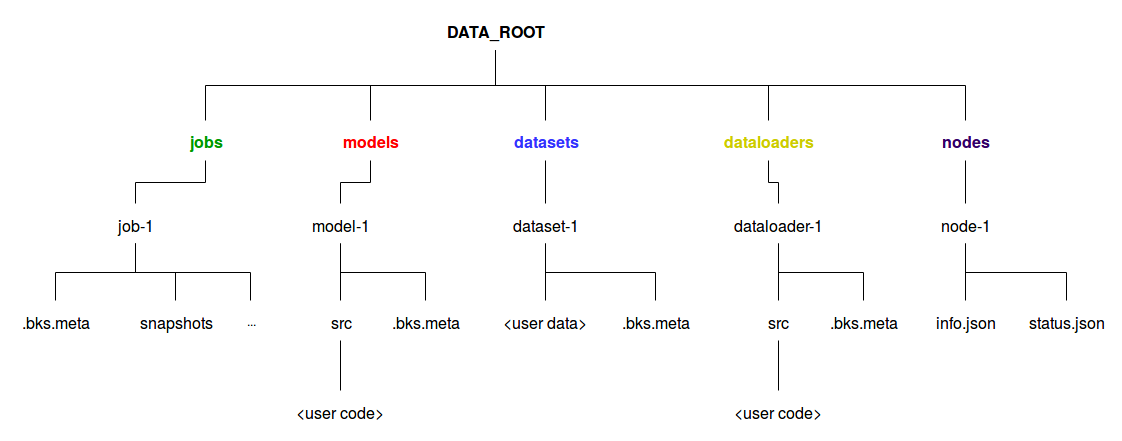
Earlier version of the draw.io export images/bksynapse_tree.png (lanPN85/thesis-report). Source tidied: cells renumbered, new cells last; positions are measured from the earlier drawing's top-left corner, leaving out a move shared by most shapes. Its diagram source:
```xml
<mxGraphModel>
  <root>
    <mxCell id="0" />
    <mxCell id="1" parent="0" />
    <mxCell id="2" style="edgeStyle=orthogonalEdgeStyle;rounded=0;jettySize=auto;html=1;exitX=0.5;exitY=1;exitDx=0;exitDy=0;endArrow=none;endFill=0;" parent="1" edge="1" source="7" target="9">
      <mxGeometry relative="1" as="geometry" />
    </mxCell>
    <mxCell id="3" style="edgeStyle=orthogonalEdgeStyle;rounded=0;jettySize=auto;html=1;exitX=0.5;exitY=1;exitDx=0;exitDy=0;endArrow=none;endFill=0;" parent="1" edge="1" source="7" target="11">
      <mxGeometry relative="1" as="geometry" />
    </mxCell>
    <mxCell id="4" style="edgeStyle=orthogonalEdgeStyle;rounded=0;jettySize=auto;html=1;exitX=0.5;exitY=1;exitDx=0;exitDy=0;endArrow=none;endFill=0;" parent="1" edge="1" source="7" target="13">
      <mxGeometry relative="1" as="geometry" />
    </mxCell>
    <mxCell id="5" style="edgeStyle=orthogonalEdgeStyle;rounded=0;jettySize=auto;html=1;exitX=0.5;exitY=1;exitDx=0;exitDy=0;endArrow=none;endFill=0;" parent="1" edge="1" source="7" target="15">
      <mxGeometry relative="1" as="geometry" />
    </mxCell>
    <mxCell id="6" style="edgeStyle=orthogonalEdgeStyle;rounded=0;jettySize=auto;html=1;exitX=0.5;exitY=1;exitDx=0;exitDy=0;entryX=0.5;entryY=0;entryDx=0;entryDy=0;endArrow=none;endFill=0;" parent="1" edge="1" source="7" target="43">
      <mxGeometry relative="1" as="geometry" />
    </mxCell>
    <mxCell id="7" value="&lt;b&gt;&lt;font style=&quot;font-size: 16px&quot;&gt;DATA_ROOT&lt;/font&gt;&lt;/b&gt;" style="text;html=1;strokeColor=none;fillColor=none;align=center;verticalAlign=middle;whiteSpace=wrap;rounded=0;" parent="1" vertex="1">
      <mxGeometry x="420" width="130" height="40" as="geometry" />
    </mxCell>
    <mxCell id="8" style="edgeStyle=orthogonalEdgeStyle;rounded=0;jettySize=auto;html=1;exitX=0.5;exitY=1;exitDx=0;exitDy=0;entryX=0.5;entryY=0;entryDx=0;entryDy=0;endArrow=none;endFill=0;" parent="1" edge="1" source="9" target="19">
      <mxGeometry relative="1" as="geometry" />
    </mxCell>
    <mxCell id="9" value="&lt;font color=&quot;#009900&quot;&gt;&lt;b&gt;&lt;font style=&quot;font-size: 16px&quot;&gt;jobs&lt;/font&gt;&lt;/b&gt;&lt;/font&gt;" style="text;html=1;strokeColor=none;fillColor=none;align=center;verticalAlign=middle;whiteSpace=wrap;rounded=0;" parent="1" vertex="1">
      <mxGeometry x="150" y="110" width="90" height="40" as="geometry" />
    </mxCell>
    <mxCell id="10" style="edgeStyle=orthogonalEdgeStyle;rounded=0;jettySize=auto;html=1;exitX=0.5;exitY=1;exitDx=0;exitDy=0;entryX=0.5;entryY=0;entryDx=0;entryDy=0;endArrow=none;endFill=0;" parent="1" edge="1" source="11" target="25">
      <mxGeometry relative="1" as="geometry" />
    </mxCell>
    <mxCell id="11" value="&lt;font color=&quot;#FF0000&quot;&gt;&lt;b&gt;&lt;font style=&quot;font-size: 16px&quot;&gt;models&lt;/font&gt;&lt;/b&gt;&lt;/font&gt;" style="text;html=1;strokeColor=none;fillColor=none;align=center;verticalAlign=middle;whiteSpace=wrap;rounded=0;" parent="1" vertex="1">
      <mxGeometry x="315" y="110" width="90" height="40" as="geometry" />
    </mxCell>
    <mxCell id="12" style="edgeStyle=orthogonalEdgeStyle;rounded=0;jettySize=auto;html=1;exitX=0.5;exitY=1;exitDx=0;exitDy=0;entryX=0.5;entryY=0;entryDx=0;entryDy=0;endArrow=none;endFill=0;" parent="1" edge="1" source="13" target="32">
      <mxGeometry relative="1" as="geometry" />
    </mxCell>
    <mxCell id="13" value="&lt;font color=&quot;#3333FF&quot;&gt;&lt;b&gt;&lt;font style=&quot;font-size: 16px&quot;&gt;datasets&lt;/font&gt;&lt;/b&gt;&lt;/font&gt;" style="text;html=1;strokeColor=none;fillColor=none;align=center;verticalAlign=middle;whiteSpace=wrap;rounded=0;" parent="1" vertex="1">
      <mxGeometry x="490" y="110" width="90" height="40" as="geometry" />
    </mxCell>
    <mxCell id="14" style="edgeStyle=orthogonalEdgeStyle;rounded=0;jettySize=auto;html=1;exitX=0.5;exitY=1;exitDx=0;exitDy=0;entryX=0.5;entryY=0;entryDx=0;entryDy=0;endArrow=none;endFill=0;" parent="1" edge="1" source="15" target="41">
      <mxGeometry relative="1" as="geometry" />
    </mxCell>
    <mxCell id="15" value="&lt;font color=&quot;#CCCC00&quot;&gt;&lt;b&gt;&lt;font style=&quot;font-size: 16px&quot;&gt;dataloaders&lt;/font&gt;&lt;/b&gt;&lt;/font&gt;" style="text;html=1;strokeColor=none;fillColor=none;align=center;verticalAlign=middle;whiteSpace=wrap;rounded=0;" parent="1" vertex="1">
      <mxGeometry x="692.5" y="110" width="130" height="40" as="geometry" />
    </mxCell>
    <mxCell id="16" style="edgeStyle=orthogonalEdgeStyle;rounded=0;jettySize=auto;html=1;exitX=0.5;exitY=1;exitDx=0;exitDy=0;endArrow=none;endFill=0;" parent="1" edge="1" source="19" target="20">
      <mxGeometry relative="1" as="geometry" />
    </mxCell>
    <mxCell id="17" style="edgeStyle=orthogonalEdgeStyle;rounded=0;jettySize=auto;html=1;exitX=0.5;exitY=1;exitDx=0;exitDy=0;entryX=0.5;entryY=0;entryDx=0;entryDy=0;endArrow=none;endFill=0;" parent="1" edge="1" source="19" target="21">
      <mxGeometry relative="1" as="geometry" />
    </mxCell>
    <mxCell id="18" style="edgeStyle=orthogonalEdgeStyle;rounded=0;jettySize=auto;html=1;exitX=0.5;exitY=1;exitDx=0;exitDy=0;endArrow=none;endFill=0;" parent="1" edge="1" source="19" target="22">
      <mxGeometry relative="1" as="geometry" />
    </mxCell>
    <mxCell id="19" value="&lt;font style=&quot;font-size: 16px&quot;&gt;job-1&lt;/font&gt;" style="text;html=1;strokeColor=none;fillColor=none;align=center;verticalAlign=middle;whiteSpace=wrap;rounded=0;" parent="1" vertex="1">
      <mxGeometry x="80" y="193" width="90" height="40" as="geometry" />
    </mxCell>
    <mxCell id="20" value="&lt;font style=&quot;font-size: 16px&quot;&gt;.bks.meta&lt;/font&gt;" style="text;html=1;strokeColor=none;fillColor=none;align=center;verticalAlign=middle;whiteSpace=wrap;rounded=0;" parent="1" vertex="1">
      <mxGeometry y="290" width="90" height="40" as="geometry" />
    </mxCell>
    <mxCell id="21" value="&lt;font style=&quot;font-size: 16px&quot;&gt;snapshots&lt;/font&gt;" style="text;html=1;strokeColor=none;fillColor=none;align=center;verticalAlign=middle;whiteSpace=wrap;rounded=0;" parent="1" vertex="1">
      <mxGeometry x="120" y="290" width="90" height="40" as="geometry" />
    </mxCell>
    <mxCell id="22" value="..." style="text;html=1;strokeColor=none;fillColor=none;align=center;verticalAlign=middle;whiteSpace=wrap;rounded=0;" parent="1" vertex="1">
      <mxGeometry x="220" y="290" width="40" height="40" as="geometry" />
    </mxCell>
    <mxCell id="23" style="edgeStyle=orthogonalEdgeStyle;rounded=0;jettySize=auto;html=1;exitX=0.5;exitY=1;exitDx=0;exitDy=0;endArrow=none;endFill=0;" parent="1" edge="1" source="25" target="27">
      <mxGeometry relative="1" as="geometry" />
    </mxCell>
    <mxCell id="24" style="edgeStyle=orthogonalEdgeStyle;rounded=0;jettySize=auto;html=1;exitX=0.5;exitY=1;exitDx=0;exitDy=0;endArrow=none;endFill=0;" parent="1" edge="1" source="25" target="29">
      <mxGeometry relative="1" as="geometry" />
    </mxCell>
    <mxCell id="25" value="&lt;font style=&quot;font-size: 16px&quot;&gt;model-1&lt;/font&gt;" style="text;html=1;strokeColor=none;fillColor=none;align=center;verticalAlign=middle;whiteSpace=wrap;rounded=0;" parent="1" vertex="1">
      <mxGeometry x="285" y="193" width="90" height="40" as="geometry" />
    </mxCell>
    <mxCell id="26" style="edgeStyle=orthogonalEdgeStyle;rounded=0;jettySize=auto;html=1;exitX=0.5;exitY=1;exitDx=0;exitDy=0;entryX=0.5;entryY=0;entryDx=0;entryDy=0;endArrow=none;endFill=0;" parent="1" edge="1" source="27" target="28">
      <mxGeometry relative="1" as="geometry" />
    </mxCell>
    <mxCell id="27" value="&lt;font style=&quot;font-size: 16px&quot;&gt;src&lt;/font&gt;" style="text;html=1;strokeColor=none;fillColor=none;align=center;verticalAlign=middle;whiteSpace=wrap;rounded=0;" parent="1" vertex="1">
      <mxGeometry x="295" y="290" width="70" height="40" as="geometry" />
    </mxCell>
    <mxCell id="28" value="&lt;font style=&quot;font-size: 16px&quot;&gt;&amp;lt;user code&amp;gt;&lt;br&gt;&lt;/font&gt;" style="text;html=1;strokeColor=none;fillColor=none;align=center;verticalAlign=middle;whiteSpace=wrap;rounded=0;" parent="1" vertex="1">
      <mxGeometry x="280" y="380" width="100" height="40" as="geometry" />
    </mxCell>
    <mxCell id="29" value="&lt;font style=&quot;font-size: 16px&quot;&gt;.bks.meta&lt;/font&gt;" style="text;html=1;strokeColor=none;fillColor=none;align=center;verticalAlign=middle;whiteSpace=wrap;rounded=0;" parent="1" vertex="1">
      <mxGeometry x="380" y="290" width="70" height="40" as="geometry" />
    </mxCell>
    <mxCell id="30" style="edgeStyle=orthogonalEdgeStyle;rounded=0;jettySize=auto;html=1;exitX=0.5;exitY=1;exitDx=0;exitDy=0;entryX=0.5;entryY=0;entryDx=0;entryDy=0;endArrow=none;endFill=0;" parent="1" edge="1" source="32" target="34">
      <mxGeometry relative="1" as="geometry" />
    </mxCell>
    <mxCell id="31" style="edgeStyle=orthogonalEdgeStyle;rounded=0;jettySize=auto;html=1;exitX=0.5;exitY=1;exitDx=0;exitDy=0;endArrow=none;endFill=0;" parent="1" edge="1" source="32" target="33">
      <mxGeometry relative="1" as="geometry" />
    </mxCell>
    <mxCell id="32" value="&lt;font style=&quot;font-size: 16px&quot;&gt;dataset-1&lt;/font&gt;" style="text;html=1;strokeColor=none;fillColor=none;align=center;verticalAlign=middle;whiteSpace=wrap;rounded=0;" parent="1" vertex="1">
      <mxGeometry x="490" y="193" width="90" height="40" as="geometry" />
    </mxCell>
    <mxCell id="33" value="&lt;font style=&quot;font-size: 16px&quot;&gt;.bks.meta&lt;/font&gt;" style="text;html=1;strokeColor=none;fillColor=none;align=center;verticalAlign=middle;whiteSpace=wrap;rounded=0;" parent="1" vertex="1">
      <mxGeometry x="610" y="290" width="70" height="40" as="geometry" />
    </mxCell>
    <mxCell id="34" value="&lt;font style=&quot;font-size: 16px&quot;&gt;&amp;lt;user data&amp;gt;&lt;br&gt;&lt;/font&gt;" style="text;html=1;strokeColor=none;fillColor=none;align=center;verticalAlign=middle;whiteSpace=wrap;rounded=0;" parent="1" vertex="1">
      <mxGeometry x="485" y="290" width="100" height="40" as="geometry" />
    </mxCell>
    <mxCell id="35" style="edgeStyle=orthogonalEdgeStyle;rounded=0;jettySize=auto;html=1;exitX=0.5;exitY=1;exitDx=0;exitDy=0;entryX=0.5;entryY=0;entryDx=0;entryDy=0;endArrow=none;endFill=0;" parent="1" edge="1" source="36" target="37">
      <mxGeometry relative="1" as="geometry" />
    </mxCell>
    <mxCell id="36" value="&lt;font style=&quot;font-size: 16px&quot;&gt;src&lt;/font&gt;" style="text;html=1;strokeColor=none;fillColor=none;align=center;verticalAlign=middle;whiteSpace=wrap;rounded=0;" parent="1" vertex="1">
      <mxGeometry x="732.5" y="290" width="70" height="40" as="geometry" />
    </mxCell>
    <mxCell id="37" value="&lt;font style=&quot;font-size: 16px&quot;&gt;&amp;lt;user code&amp;gt;&lt;br&gt;&lt;/font&gt;" style="text;html=1;strokeColor=none;fillColor=none;align=center;verticalAlign=middle;whiteSpace=wrap;rounded=0;" parent="1" vertex="1">
      <mxGeometry x="717.5" y="380" width="100" height="40" as="geometry" />
    </mxCell>
    <mxCell id="38" value="&lt;font style=&quot;font-size: 16px&quot;&gt;.bks.meta&lt;/font&gt;" style="text;html=1;strokeColor=none;fillColor=none;align=center;verticalAlign=middle;whiteSpace=wrap;rounded=0;" parent="1" vertex="1">
      <mxGeometry x="817.5" y="290" width="70" height="40" as="geometry" />
    </mxCell>
    <mxCell id="39" style="edgeStyle=orthogonalEdgeStyle;rounded=0;jettySize=auto;html=1;exitX=0.5;exitY=1;exitDx=0;exitDy=0;entryX=0.5;entryY=0;entryDx=0;entryDy=0;endArrow=none;endFill=0;" parent="1" edge="1" source="41" target="36">
      <mxGeometry relative="1" as="geometry" />
    </mxCell>
    <mxCell id="40" style="edgeStyle=orthogonalEdgeStyle;rounded=0;jettySize=auto;html=1;exitX=0.5;exitY=1;exitDx=0;exitDy=0;endArrow=none;endFill=0;" parent="1" edge="1" source="41" target="38">
      <mxGeometry relative="1" as="geometry" />
    </mxCell>
    <mxCell id="41" value="&lt;font style=&quot;font-size: 16px&quot;&gt;dataloader-1&lt;/font&gt;" style="text;html=1;strokeColor=none;fillColor=none;align=center;verticalAlign=middle;whiteSpace=wrap;rounded=0;" parent="1" vertex="1">
      <mxGeometry x="702.5" y="193" width="130" height="40" as="geometry" />
    </mxCell>
    <mxCell id="42" style="edgeStyle=orthogonalEdgeStyle;rounded=0;jettySize=auto;html=1;exitX=0.5;exitY=1;exitDx=0;exitDy=0;entryX=0.5;entryY=0;entryDx=0;entryDy=0;endArrow=none;endFill=0;" parent="1" edge="1" source="43" target="46">
      <mxGeometry relative="1" as="geometry" />
    </mxCell>
    <mxCell id="43" value="&lt;font color=&quot;#330066&quot;&gt;&lt;b&gt;&lt;font style=&quot;font-size: 16px&quot;&gt;nodes&lt;/font&gt;&lt;/b&gt;&lt;/font&gt;" style="text;html=1;strokeColor=none;fillColor=none;align=center;verticalAlign=middle;whiteSpace=wrap;rounded=0;" parent="1" vertex="1">
      <mxGeometry x="890" y="110" width="130" height="40" as="geometry" />
    </mxCell>
    <mxCell id="44" style="edgeStyle=orthogonalEdgeStyle;rounded=0;jettySize=auto;html=1;exitX=0.5;exitY=1;exitDx=0;exitDy=0;entryX=0.5;entryY=0;entryDx=0;entryDy=0;endArrow=none;endFill=0;" parent="1" edge="1" source="46" target="47">
      <mxGeometry relative="1" as="geometry" />
    </mxCell>
    <mxCell id="45" style="edgeStyle=orthogonalEdgeStyle;rounded=0;jettySize=auto;html=1;exitX=0.5;exitY=1;exitDx=0;exitDy=0;entryX=0.5;entryY=0;entryDx=0;entryDy=0;endArrow=none;endFill=0;" parent="1" edge="1" source="46" target="48">
      <mxGeometry relative="1" as="geometry" />
    </mxCell>
    <mxCell id="46" value="&lt;font style=&quot;font-size: 16px&quot;&gt;node-1&lt;/font&gt;" style="text;html=1;strokeColor=none;fillColor=none;align=center;verticalAlign=middle;whiteSpace=wrap;rounded=0;" parent="1" vertex="1">
      <mxGeometry x="915" y="193" width="80" height="40" as="geometry" />
    </mxCell>
    <mxCell id="47" value="&lt;font style=&quot;font-size: 16px&quot;&gt;info.json&lt;/font&gt;" style="text;html=1;strokeColor=none;fillColor=none;align=center;verticalAlign=middle;whiteSpace=wrap;rounded=0;" parent="1" vertex="1">
      <mxGeometry x="919.5" y="290" width="70" height="40" as="geometry" />
    </mxCell>
    <mxCell id="48" value="&lt;font style=&quot;font-size: 16px&quot;&gt;status.json&lt;/font&gt;" style="text;html=1;strokeColor=none;fillColor=none;align=center;verticalAlign=middle;whiteSpace=wrap;rounded=0;" parent="1" vertex="1">
      <mxGeometry x="1010" y="290" width="91" height="40" as="geometry" />
    </mxCell>
  </root>
</mxGraphModel>
```
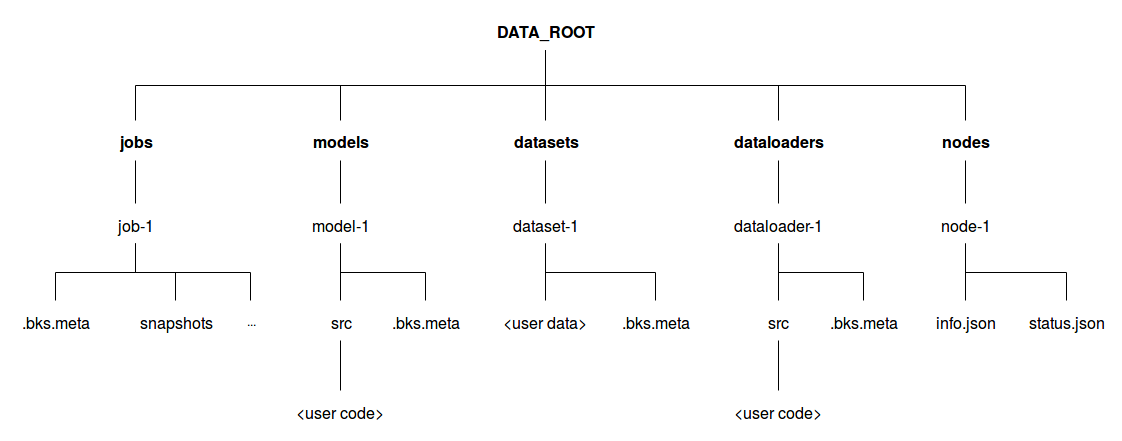
After the commit.

What changed in the source:
```diff
@@ -18,31 +18,31 @@
       <mxGeometry relative="1" as="geometry" />
     </mxCell>
     <mxCell id="7" value="&lt;b&gt;&lt;font style=&quot;font-size: 16px&quot;&gt;DATA_ROOT&lt;/font&gt;&lt;/b&gt;" style="text;html=1;strokeColor=none;fillColor=none;align=center;verticalAlign=middle;whiteSpace=wrap;rounded=0;" parent="1" vertex="1">
-      <mxGeometry x="420" width="130" height="40" as="geometry" />
+      <mxGeometry x="470" width="130" height="40" as="geometry" />
     </mxCell>
     <mxCell id="8" style="edgeStyle=orthogonalEdgeStyle;rounded=0;jettySize=auto;html=1;exitX=0.5;exitY=1;exitDx=0;exitDy=0;entryX=0.5;entryY=0;entryDx=0;entryDy=0;endArrow=none;endFill=0;" parent="1" edge="1" source="9" target="19">
       <mxGeometry relative="1" as="geometry" />
     </mxCell>
-    <mxCell id="9" value="&lt;font color=&quot;#009900&quot;&gt;&lt;b&gt;&lt;font style=&quot;font-size: 16px&quot;&gt;jobs&lt;/font&gt;&lt;/b&gt;&lt;/font&gt;" style="text;html=1;strokeColor=none;fillColor=none;align=center;verticalAlign=middle;whiteSpace=wrap;rounded=0;" parent="1" vertex="1">
-      <mxGeometry x="150" y="110" width="90" height="40" as="geometry" />
+    <mxCell id="9" value="&lt;b&gt;&lt;font style=&quot;font-size: 16px&quot;&gt;jobs&lt;/font&gt;&lt;/b&gt;" style="text;html=1;strokeColor=none;fillColor=none;align=center;verticalAlign=middle;whiteSpace=wrap;rounded=0;" parent="1" vertex="1">
+      <mxGeometry x="80" y="110" width="90" height="40" as="geometry" />
     </mxCell>
     <mxCell id="10" style="edgeStyle=orthogonalEdgeStyle;rounded=0;jettySize=auto;html=1;exitX=0.5;exitY=1;exitDx=0;exitDy=0;entryX=0.5;entryY=0;entryDx=0;entryDy=0;endArrow=none;endFill=0;" parent="1" edge="1" source="11" target="25">
       <mxGeometry relative="1" as="geometry" />
     </mxCell>
-    <mxCell id="11" value="&lt;font color=&quot;#FF0000&quot;&gt;&lt;b&gt;&lt;font style=&quot;font-size: 16px&quot;&gt;models&lt;/font&gt;&lt;/b&gt;&lt;/font&gt;" style="text;html=1;strokeColor=none;fillColor=none;align=center;verticalAlign=middle;whiteSpace=wrap;rounded=0;" parent="1" vertex="1">
-      <mxGeometry x="315" y="110" width="90" height="40" as="geometry" />
+    <mxCell id="11" value="&lt;b&gt;&lt;font style=&quot;font-size: 16px&quot;&gt;models&lt;/font&gt;&lt;/b&gt;" style="text;html=1;strokeColor=none;fillColor=none;align=center;verticalAlign=middle;whiteSpace=wrap;rounded=0;" parent="1" vertex="1">
+      <mxGeometry x="285" y="110" width="90" height="40" as="geometry" />
     </mxCell>
     <mxCell id="12" style="edgeStyle=orthogonalEdgeStyle;rounded=0;jettySize=auto;html=1;exitX=0.5;exitY=1;exitDx=0;exitDy=0;entryX=0.5;entryY=0;entryDx=0;entryDy=0;endArrow=none;endFill=0;" parent="1" edge="1" source="13" target="32">
       <mxGeometry relative="1" as="geometry" />
     </mxCell>
-    <mxCell id="13" value="&lt;font color=&quot;#3333FF&quot;&gt;&lt;b&gt;&lt;font style=&quot;font-size: 16px&quot;&gt;datasets&lt;/font&gt;&lt;/b&gt;&lt;/font&gt;" style="text;html=1;strokeColor=none;fillColor=none;align=center;verticalAlign=middle;whiteSpace=wrap;rounded=0;" parent="1" vertex="1">
+    <mxCell id="13" value="&lt;b&gt;&lt;font style=&quot;font-size: 16px&quot;&gt;datasets&lt;/font&gt;&lt;/b&gt;" style="text;html=1;strokeColor=none;fillColor=none;align=center;verticalAlign=middle;whiteSpace=wrap;rounded=0;" parent="1" vertex="1">
       <mxGeometry x="490" y="110" width="90" height="40" as="geometry" />
     </mxCell>
     <mxCell id="14" style="edgeStyle=orthogonalEdgeStyle;rounded=0;jettySize=auto;html=1;exitX=0.5;exitY=1;exitDx=0;exitDy=0;entryX=0.5;entryY=0;entryDx=0;entryDy=0;endArrow=none;endFill=0;" parent="1" edge="1" source="15" target="41">
       <mxGeometry relative="1" as="geometry" />
     </mxCell>
-    <mxCell id="15" value="&lt;font color=&quot;#CCCC00&quot;&gt;&lt;b&gt;&lt;font style=&quot;font-size: 16px&quot;&gt;dataloaders&lt;/font&gt;&lt;/b&gt;&lt;/font&gt;" style="text;html=1;strokeColor=none;fillColor=none;align=center;verticalAlign=middle;whiteSpace=wrap;rounded=0;" parent="1" vertex="1">
-      <mxGeometry x="692.5" y="110" width="130" height="40" as="geometry" />
+    <mxCell id="15" value="&lt;b&gt;&lt;font style=&quot;font-size: 16px&quot;&gt;dataloaders&lt;/font&gt;&lt;/b&gt;" style="text;html=1;strokeColor=none;fillColor=none;align=center;verticalAlign=middle;whiteSpace=wrap;rounded=0;" parent="1" vertex="1">
+      <mxGeometry x="702.5" y="110" width="130" height="40" as="geometry" />
     </mxCell>
     <mxCell id="16" style="edgeStyle=orthogonalEdgeStyle;rounded=0;jettySize=auto;html=1;exitX=0.5;exitY=1;exitDx=0;exitDy=0;endArrow=none;endFill=0;" parent="1" edge="1" source="19" target="20">
       <mxGeometry relative="1" as="geometry" />
@@ -125,7 +125,7 @@
     <mxCell id="42" style="edgeStyle=orthogonalEdgeStyle;rounded=0;jettySize=auto;html=1;exitX=0.5;exitY=1;exitDx=0;exitDy=0;entryX=0.5;entryY=0;entryDx=0;entryDy=0;endArrow=none;endFill=0;" parent="1" edge="1" source="43" target="46">
       <mxGeometry relative="1" as="geometry" />
     </mxCell>
-    <mxCell id="43" value="&lt;font color=&quot;#330066&quot;&gt;&lt;b&gt;&lt;font style=&quot;font-size: 16px&quot;&gt;nodes&lt;/font&gt;&lt;/b&gt;&lt;/font&gt;" style="text;html=1;strokeColor=none;fillColor=none;align=center;verticalAlign=middle;whiteSpace=wrap;rounded=0;" parent="1" vertex="1">
+    <mxCell id="43" value="&lt;b&gt;&lt;font style=&quot;font-size: 16px&quot;&gt;nodes&lt;/font&gt;&lt;/b&gt;" style="text;html=1;strokeColor=none;fillColor=none;align=center;verticalAlign=middle;whiteSpace=wrap;rounded=0;" parent="1" vertex="1">
       <mxGeometry x="890" y="110" width="130" height="40" as="geometry" />
     </mxCell>
     <mxCell id="44" style="edgeStyle=orthogonalEdgeStyle;rounded=0;jettySize=auto;html=1;exitX=0.5;exitY=1;exitDx=0;exitDy=0;entryX=0.5;entryY=0;entryDx=0;entryDy=0;endArrow=none;endFill=0;" parent="1" edge="1" source="46" target="47">
```
